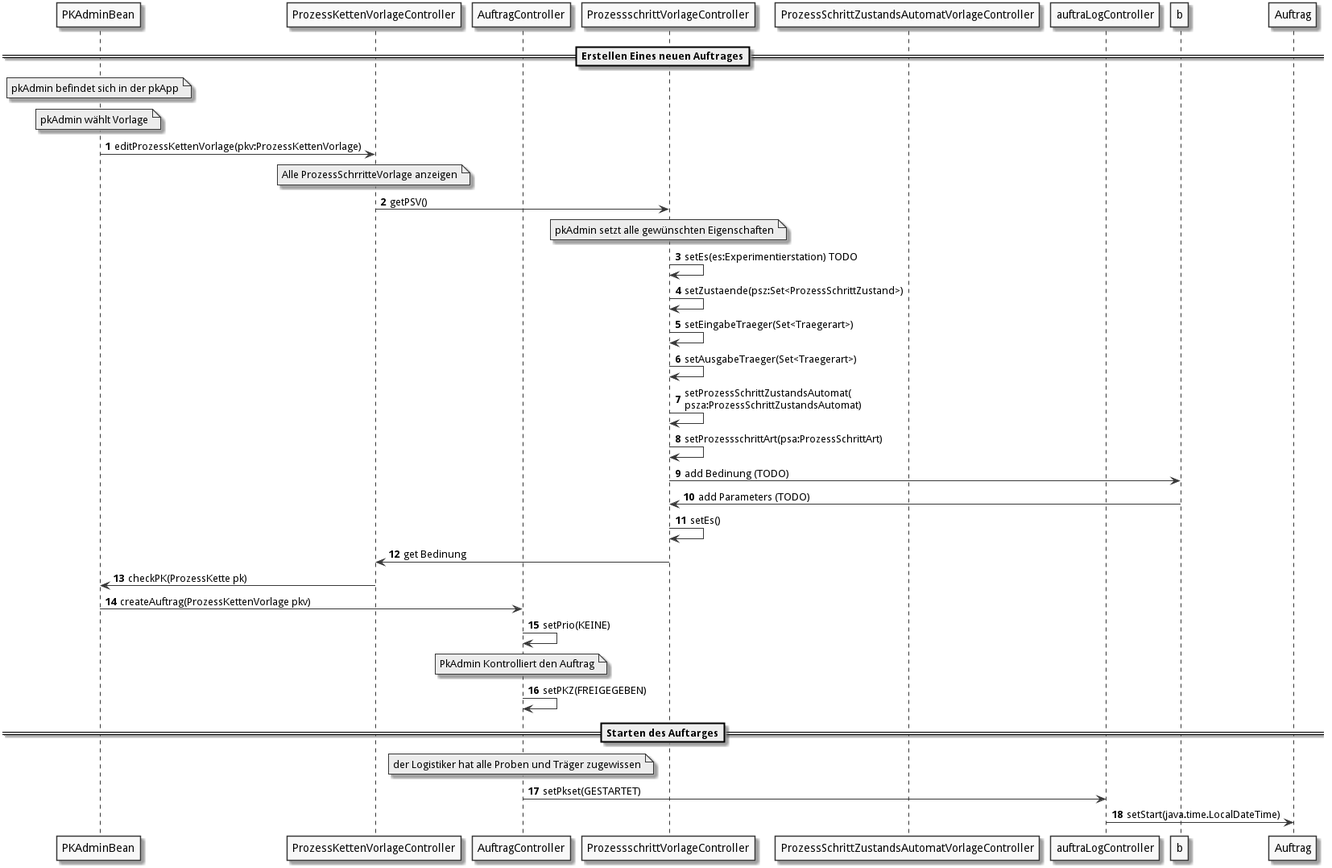
Before: doc/UML/aw/pkErstellen.png, a diagram exported from PlantUML (fkehlenb/softwareprojekt-2).
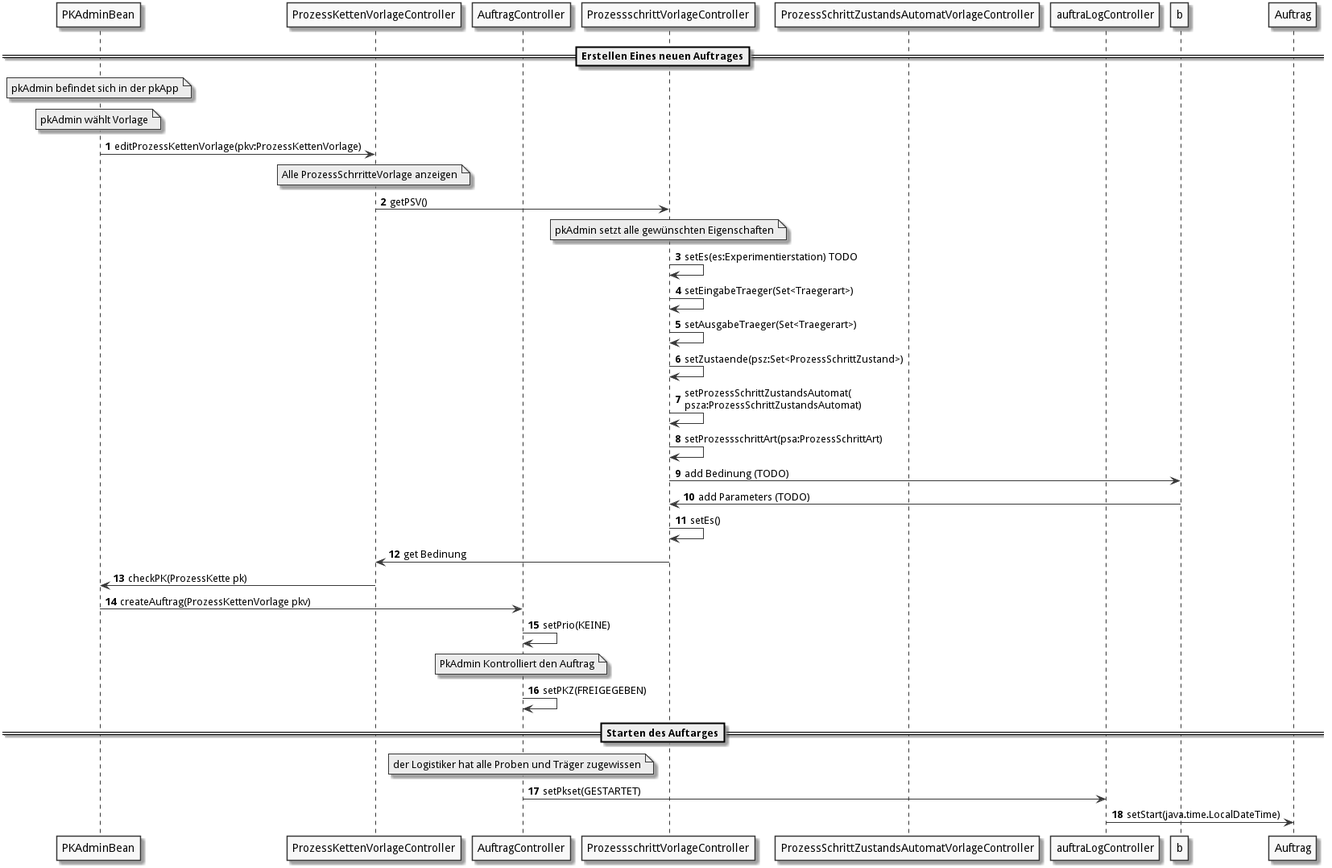
After the commit.

Diff of the diagram source:
```diff
@@ -18,9 +18,9 @@
 pkv -> psv : getPSV()
 note over psv : pkAdmin setzt alle gewünschten Eigenschaften
 psv -> psv : setEs(es:Experimentierstation) TODO
-psv -> psv : setZustaende(psz:Set<ProzessSchrittZustand>)
 psv -> psv :  setEingabeTraeger(Set<Traegerart>)
 psv -> psv : setAusgabeTraeger(Set<Traegerart>)
+psv -> psv : setZustaende(psz:Set<ProzessSchrittZustand>)
 psv -> psv : setProzessSchrittZustandsAutomat(\npsza:ProzessSchrittZustandsAutomat)
 psv -> psv :  setProzessschrittArt(psa:ProzessSchrittArt)
 psv -> b : add Bedinung (TODO)
```
